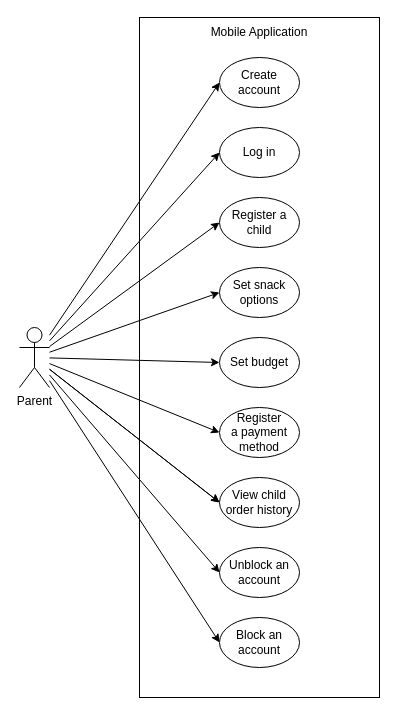
This is page "Mobile Application" (1 of 2) of documentation/use-cases.drawio from MatheusKunnen/integration-workshop-3, a draw.io file, before an edit. Source tidied: cells renumbered, new cells numbered last; positions are measured from the earlier drawing's top-left corner, leaving out a move shared by most shapes. Both pictures are drawn from the tidied source at 100%, with x=0, y=0 at pixel (19, 17).
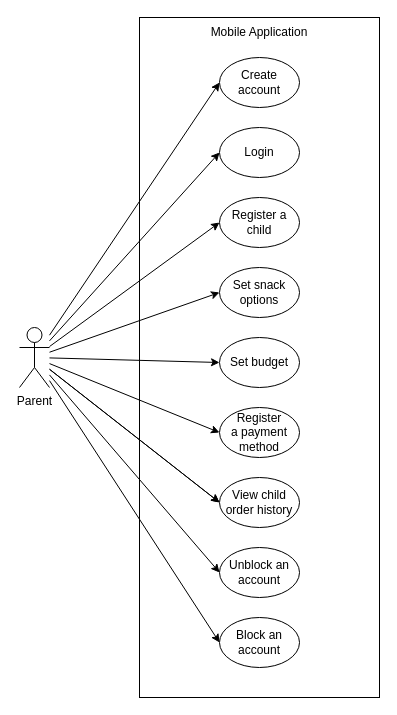
The same diagram, later.

What changed in the source:
```diff
@@
-    <mxCell id="14" value="Log in" style="ellipse;whiteSpace=wrap;html=1;" parent="1" vertex="1">
+    <mxCell id="14" value="Login" style="ellipse;whiteSpace=wrap;html=1;" parent="1" vertex="1">
       <mxGeometry x="200" y="110" width="80" height="50" as="geometry" />
     </mxCell>
```
